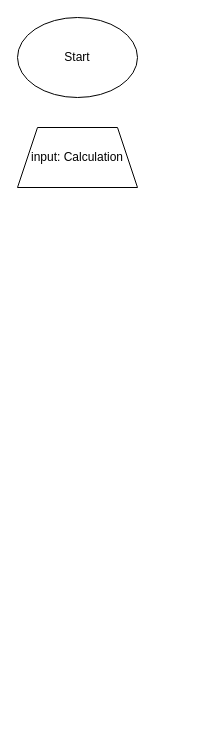
Above: Calculator/planning.drawio in TheKillerPepsi/Go_Playground (draw.io), before the change. Source tidied: cells renumbered, new cells numbered last; positions are measured from the earlier drawing's top-left corner, leaving out a move shared by most shapes. Both pictures are drawn from the tidied source at 100%, with x=0, y=0 at pixel (17, 17).
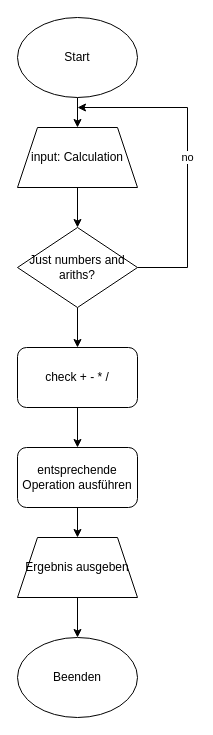
Above is the later version.

Commit message (it also covers changes not shown here):
modified planning and started with SecondWay

What changed in the source:
```diff
@@
 <mxGraphModel>
   <root>
     <mxCell id="0" />
     <mxCell id="1" parent="0" />
+    <mxCell id="4" style="edgeStyle=orthogonalEdgeStyle;rounded=0;jettySize=auto;html=1;" parent="1" edge="1" source="2" target="3">
+      <mxGeometry relative="1" as="geometry" />
+    </mxCell>
     <mxCell id="2" value="Start" style="ellipse;whiteSpace=wrap;html=1;" parent="1" vertex="1">
       <mxGeometry width="120" height="80" as="geometry" />
     </mxCell>
+    <mxCell id="5" style="edgeStyle=orthogonalEdgeStyle;rounded=0;jettySize=auto;html=1;" parent="1" edge="1" source="3" target="8">
+      <mxGeometry relative="1" as="geometry" />
+    </mxCell>
     <mxCell id="3" value="input: Calculation" style="shape=trapezoid;perimeter=trapezoidPerimeter;whiteSpace=wrap;html=1;fixedSize=1;" parent="1" vertex="1">
       <mxGeometry y="110" width="120" height="60" as="geometry" />
     </mxCell>
+    <mxCell id="6" value="no" style="edgeStyle=orthogonalEdgeStyle;rounded=0;jettySize=auto;html=1;exitX=1;exitY=0.5;exitDx=0;exitDy=0;" parent="1" edge="1" source="8">
+      <mxGeometry relative="1" as="geometry">
+        <mxPoint x="60" y="90" as="targetPoint" />
+        <Array as="points">
+          <mxPoint x="170" y="250" />
+          <mxPoint x="170" y="90" />
+        </Array>
+      </mxGeometry>
+    </mxCell>
+    <mxCell id="7" style="edgeStyle=orthogonalEdgeStyle;rounded=0;jettySize=auto;html=1;" parent="1" edge="1" source="8" target="10">
+      <mxGeometry relative="1" as="geometry" />
+    </mxCell>
+    <mxCell id="8" value="Just numbers and ariths?" style="rhombus;whiteSpace=wrap;html=1;" parent="1" vertex="1">
+      <mxGeometry y="210" width="120" height="80" as="geometry" />
+    </mxCell>
+    <mxCell id="9" style="edgeStyle=orthogonalEdgeStyle;rounded=0;jettySize=auto;html=1;" parent="1" edge="1" source="10" target="12">
+      <mxGeometry relative="1" as="geometry" />
+    </mxCell>
+    <mxCell id="10" value="check + - * /" style="rounded=1;whiteSpace=wrap;html=1;" parent="1" vertex="1">
+      <mxGeometry y="330" width="120" height="60" as="geometry" />
+    </mxCell>
+    <mxCell id="11" style="edgeStyle=orthogonalEdgeStyle;rounded=0;jettySize=auto;html=1;" parent="1" edge="1" source="12" target="14">
+      <mxGeometry relative="1" as="geometry" />
+    </mxCell>
+    <mxCell id="12" value="entsprechende Operation ausführen" style="rounded=1;whiteSpace=wrap;html=1;" parent="1" vertex="1">
+      <mxGeometry y="430" width="120" height="60" as="geometry" />
+    </mxCell>
+    <mxCell id="13" style="edgeStyle=orthogonalEdgeStyle;rounded=0;jettySize=auto;html=1;" parent="1" edge="1" source="14" target="15">
+      <mxGeometry relative="1" as="geometry" />
+    </mxCell>
+    <mxCell id="14" value="Ergebnis ausgeben" style="shape=trapezoid;perimeter=trapezoidPerimeter;whiteSpace=wrap;html=1;fixedSize=1;" parent="1" vertex="1">
+      <mxGeometry y="520" width="120" height="60" as="geometry" />
+    </mxCell>
+    <mxCell id="15" value="Beenden" style="ellipse;whiteSpace=wrap;html=1;" parent="1" vertex="1">
+      <mxGeometry y="620" width="120" height="80" as="geometry" />
+    </mxCell>
   </root>
 </mxGraphModel>
```
